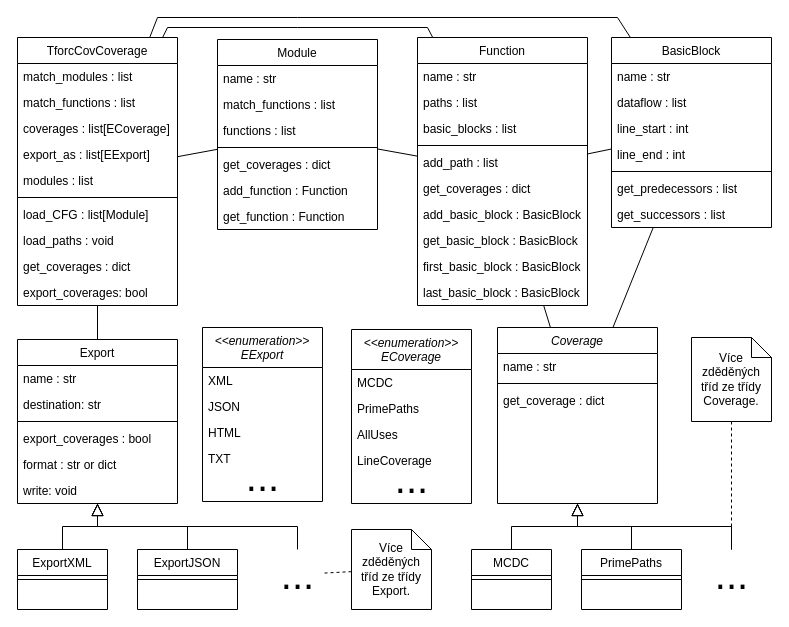
Above: class_coverage.drawio.drawio in petkapou/DIP_diagrams (draw.io), before the change. Source tidied: cells renumbered, new cells numbered last; positions are measured from the earlier drawing's top-left corner, leaving out a move shared by most shapes. Both pictures are drawn from the tidied source at 100%, with x=0, y=0 at pixel (17, 17).
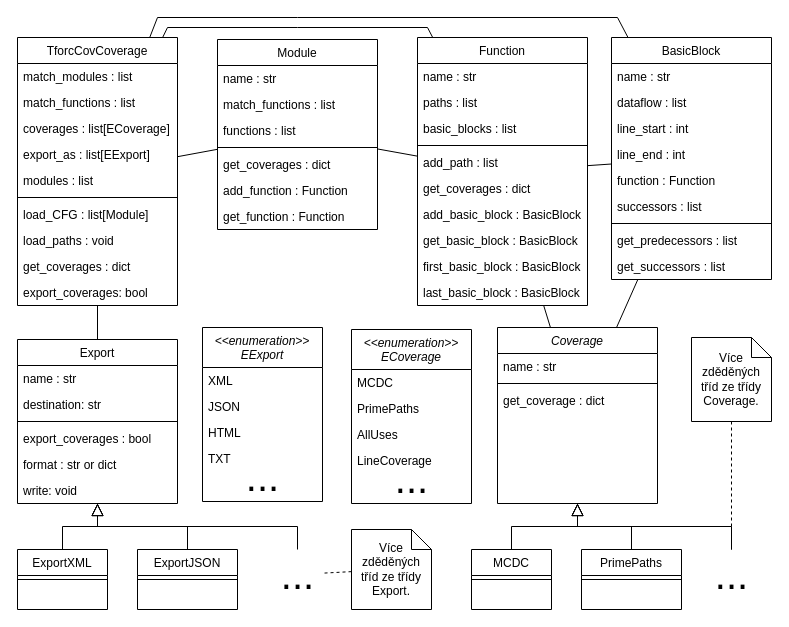
The same diagram, later.

Change to the diagram source:
```diff
@@
     <mxCell id="42" value="BasicBlock" style="swimlane;fontStyle=0;align=center;verticalAlign=top;horizontal=1;startSize=26;rounded=0;shadow=0;strokeWidth=1;" parent="1" vertex="1">
-      <mxGeometry x="594" y="20" width="160" height="190" as="geometry" />
+      <mxGeometry x="594" y="20" width="160" height="242" as="geometry" />
     </mxCell>
@@
+    <mxCell id="91" value="function : Function" style="text;align=left;verticalAlign=top;spacingLeft=4;spacingRight=4;overflow=hidden;" parent="42" vertex="1">
+      <mxGeometry y="130" width="160" height="26" as="geometry" />
+    </mxCell>
+    <mxCell id="92" value="successors : list" style="text;align=left;verticalAlign=top;spacingLeft=4;spacingRight=4;overflow=hidden;" parent="42" vertex="1">
+      <mxGeometry y="156" width="160" height="26" as="geometry" />
+    </mxCell>
     <mxCell id="47" style="line;html=1;strokeWidth=1;align=left;verticalAlign=middle;spacingTop=-1;spacingLeft=3;spacingRight=3;labelPosition=right;" parent="42" vertex="1">
-      <mxGeometry y="130" width="160" height="8" as="geometry" />
+      <mxGeometry y="182" width="160" height="8" as="geometry" />
     </mxCell>
     <mxCell id="48" value="get_predecessors : list" style="text;align=left;verticalAlign=top;spacingLeft=4;spacingRight=4;overflow=hidden;" parent="42" vertex="1">
-      <mxGeometry y="138" width="160" height="26" as="geometry" />
+      <mxGeometry y="190" width="160" height="26" as="geometry" />
     </mxCell>
     <mxCell id="49" value="get_successors : list" style="text;align=left;verticalAlign=top;spacingLeft=4;spacingRight=4;overflow=hidden;" parent="42" vertex="1">
-      <mxGeometry y="164" width="160" height="26" as="geometry" />
+      <mxGeometry y="216" width="160" height="26" as="geometry" />
     </mxCell>
```
